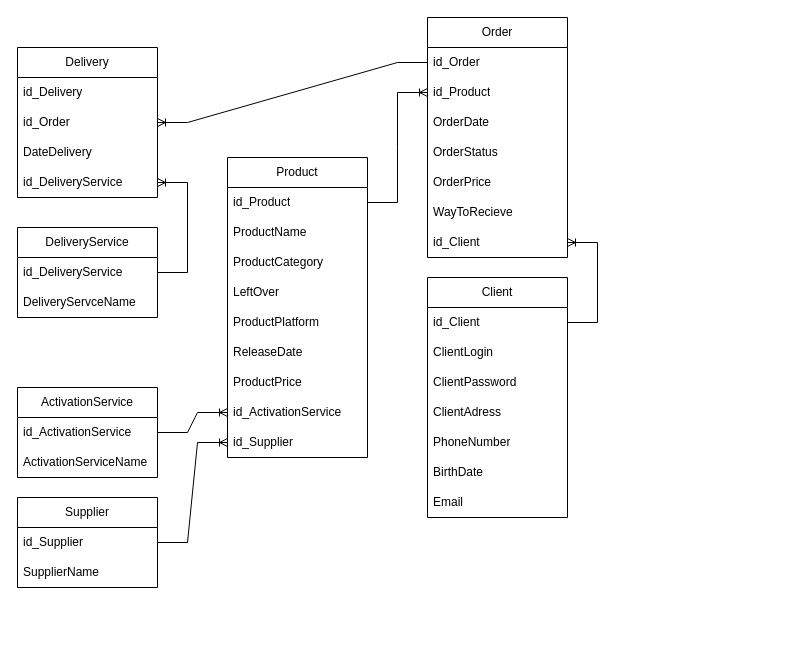
This is ER-model gamestore.drawio from afcesha/gamestore, a draw.io file, before an edit. Source tidied: cells renumbered, new cells numbered last; positions are measured from the earlier drawing's top-left corner, leaving out a move shared by most shapes. Both pictures are drawn from the tidied source at 100%, with x=0, y=0 at pixel (17, 17).
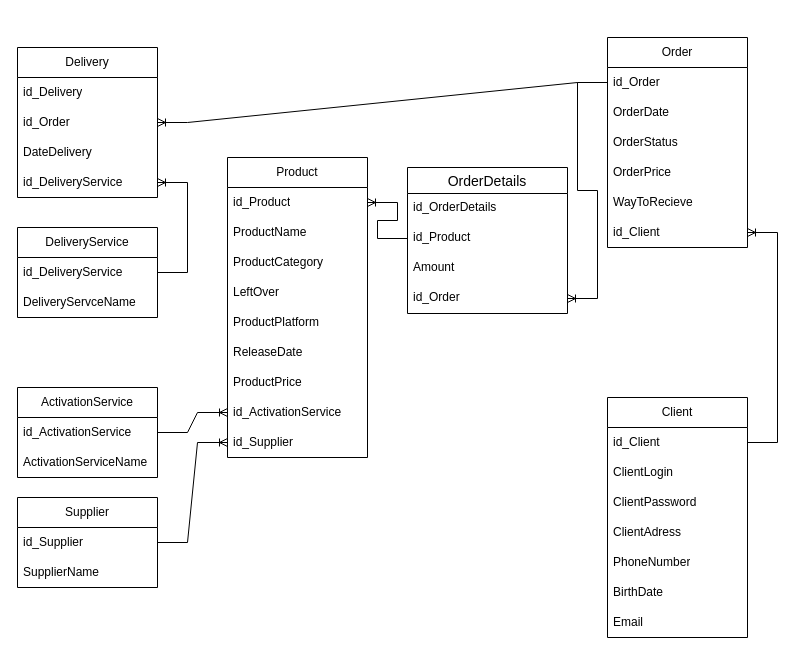
The same page after the edit.

Unchanged cells that the change refers to:
```xml
<mxCell id="11" value="id_Order" style="text;strokeColor=none;fillColor=none;align=left;verticalAlign=middle;spacingLeft=4;spacingRight=4;overflow=hidden;points=[[0,0.5],[1,0.5]];portConstraint=eastwest;whiteSpace=wrap;html=1;" parent="10" vertex="1">
  <mxGeometry y="30" width="140" height="30" as="geometry" />
</mxCell>
<mxCell id="27" value="id_Product" style="text;strokeColor=none;fillColor=none;align=left;verticalAlign=middle;spacingLeft=4;spacingRight=4;overflow=hidden;points=[[0,0.5],[1,0.5]];portConstraint=eastwest;whiteSpace=wrap;html=1;" parent="26" vertex="1">
  <mxGeometry y="30" width="140" height="30" as="geometry" />
</mxCell>
```

The edit, as a diff of the source:
```diff
@@
     <mxCell id="10" value="Order" style="swimlane;fontStyle=0;horizontal=1;startSize=30;whiteSpace=wrap;html=1;" parent="1" vertex="1">
-      <mxGeometry x="410" width="140" height="240" as="geometry" />
+      <mxGeometry x="590" y="20" width="140" height="210" as="geometry" />
     </mxCell>
@@
-    <mxCell id="12" value="id_Product" style="text;strokeColor=none;fillColor=none;align=left;verticalAlign=middle;spacingLeft=4;spacingRight=4;overflow=hidden;points=[[0,0.5],[1,0.5]];portConstraint=eastwest;whiteSpace=wrap;html=1;" parent="10" vertex="1">
-      <mxGeometry y="60" width="140" height="30" as="geometry" />
-    </mxCell>
     <mxCell id="13" value="OrderDate" style="text;strokeColor=none;fillColor=none;align=left;verticalAlign=middle;spacingLeft=4;spacingRight=4;overflow=hidden;whiteSpace=wrap;html=1;" parent="10" vertex="1">
-      <mxGeometry y="90" width="140" height="30" as="geometry" />
+      <mxGeometry y="60" width="140" height="30" as="geometry" />
     </mxCell>
     <mxCell id="14" value="OrderStatus" style="text;strokeColor=none;fillColor=none;align=left;verticalAlign=middle;spacingLeft=4;spacingRight=4;overflow=hidden;whiteSpace=wrap;html=1;" parent="10" vertex="1">
-      <mxGeometry y="120" width="140" height="30" as="geometry" />
+      <mxGeometry y="90" width="140" height="30" as="geometry" />
     </mxCell>
     <mxCell id="15" value="OrderPrice" style="text;strokeColor=none;fillColor=none;align=left;verticalAlign=middle;spacingLeft=4;spacingRight=4;overflow=hidden;whiteSpace=wrap;html=1;" parent="10" vertex="1">
-      <mxGeometry y="150" width="140" height="30" as="geometry" />
+      <mxGeometry y="120" width="140" height="30" as="geometry" />
     </mxCell>
     <mxCell id="16" value="WayToRecieve" style="text;strokeColor=none;fillColor=none;align=left;verticalAlign=middle;spacingLeft=4;spacingRight=4;overflow=hidden;whiteSpace=wrap;html=1;" parent="10" vertex="1">
-      <mxGeometry y="180" width="140" height="30" as="geometry" />
+      <mxGeometry y="150" width="140" height="30" as="geometry" />
     </mxCell>
     <mxCell id="17" value="id_Client" style="text;strokeColor=none;fillColor=none;align=left;verticalAlign=middle;spacingLeft=4;spacingRight=4;overflow=hidden;points=[[0,0.5],[1,0.5]];portConstraint=eastwest;whiteSpace=wrap;html=1;" parent="10" vertex="1">
-      <mxGeometry y="210" width="140" height="30" as="geometry" />
+      <mxGeometry y="180" width="140" height="30" as="geometry" />
     </mxCell>
     <mxCell id="18" value="Client" style="swimlane;fontStyle=0;horizontal=1;startSize=30;whiteSpace=wrap;html=1;" parent="1" vertex="1">
-      <mxGeometry x="410" y="260" width="140" height="240" as="geometry" />
+      <mxGeometry x="590" y="380" width="140" height="240" as="geometry" />
     </mxCell>
@@
-    <mxCell id="45" style="edgeStyle=entityRelationEdgeStyle;fontSize=12;html=1;endArrow=ERoneToMany;rounded=0;entryX=0;entryY=0.5;entryDx=0;entryDy=0;exitX=1;exitY=0.5;exitDx=0;exitDy=0;" parent="1" edge="1" source="27" target="12">
-      <mxGeometry relative="1" as="geometry" />
-    </mxCell>
@@
+    <mxCell id="48" value="OrderDetails" style="swimlane;fontStyle=0;horizontal=1;startSize=26;align=center;fontSize=14;" parent="1" vertex="1">
+      <mxGeometry x="390" y="150" width="160" height="146" as="geometry" />
+    </mxCell>
+    <mxCell id="49" value="id_OrderDetails&#10;" style="text;strokeColor=none;fillColor=none;spacingLeft=4;spacingRight=4;overflow=hidden;fontSize=12;" parent="48" vertex="1">
+      <mxGeometry y="26" width="160" height="30" as="geometry" />
+    </mxCell>
+    <mxCell id="12" value="id_Product" style="text;strokeColor=none;fillColor=none;spacingLeft=4;spacingRight=4;overflow=hidden;points=[[0,0.5],[1,0.5]];portConstraint=eastwest;fontSize=12;" parent="48" vertex="1">
+      <mxGeometry y="56" width="160" height="30" as="geometry" />
+    </mxCell>
+    <mxCell id="50" value="Amount" style="text;strokeColor=none;fillColor=none;spacingLeft=4;spacingRight=4;overflow=hidden;fontSize=12;" parent="48" vertex="1">
+      <mxGeometry y="86" width="160" height="30" as="geometry" />
+    </mxCell>
+    <mxCell id="51" value="id_Order" style="text;strokeColor=none;fillColor=none;spacingLeft=4;spacingRight=4;overflow=hidden;points=[[0,0.5],[1,0.5]];portConstraint=eastwest;fontSize=12;" parent="48" vertex="1">
+      <mxGeometry y="116" width="160" height="30" as="geometry" />
+    </mxCell>
+    <mxCell id="52" style="edgeStyle=entityRelationEdgeStyle;fontSize=12;html=1;endArrow=ERoneToMany;rounded=0;exitX=0;exitY=0.5;exitDx=0;exitDy=0;entryX=1;entryY=0.5;entryDx=0;entryDy=0;" parent="1" edge="1" source="12" target="27">
+      <mxGeometry relative="1" as="geometry" />
+    </mxCell>
+    <mxCell id="53" style="edgeStyle=entityRelationEdgeStyle;fontSize=12;html=1;endArrow=ERoneToMany;rounded=0;entryX=1;entryY=0.5;entryDx=0;entryDy=0;exitX=0;exitY=0.5;exitDx=0;exitDy=0;" parent="1" edge="1" source="11" target="51">
+      <mxGeometry relative="1" as="geometry" />
+    </mxCell>
```
